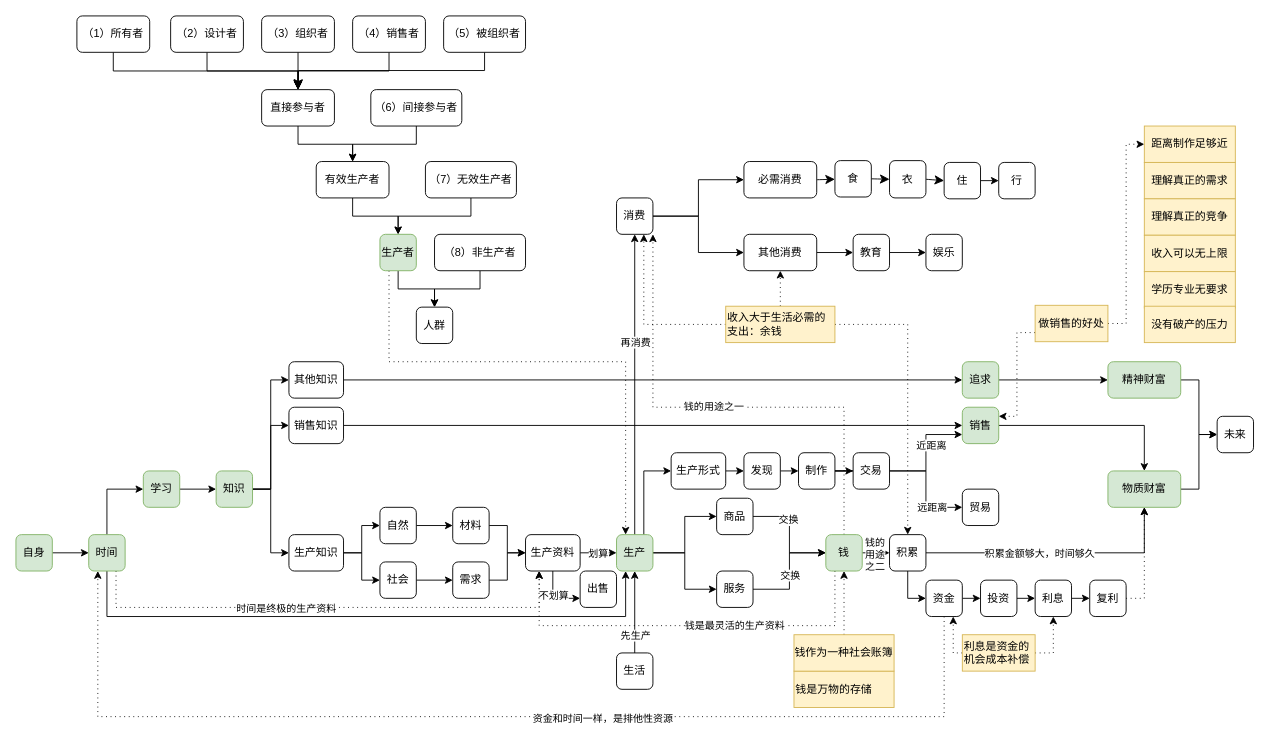
yanhanfrontend/draw.io.workspace keeps this draw.io diagram as 财富的真相.drawio. Above is the earlier version. Source tidied: cells renumbered, new cells numbered last; positions are measured from the earlier drawing's top-left corner, leaving out a move shared by most shapes. Both pictures are drawn from the tidied source at 91%, with x=0, y=0 at pixel (15, 15).
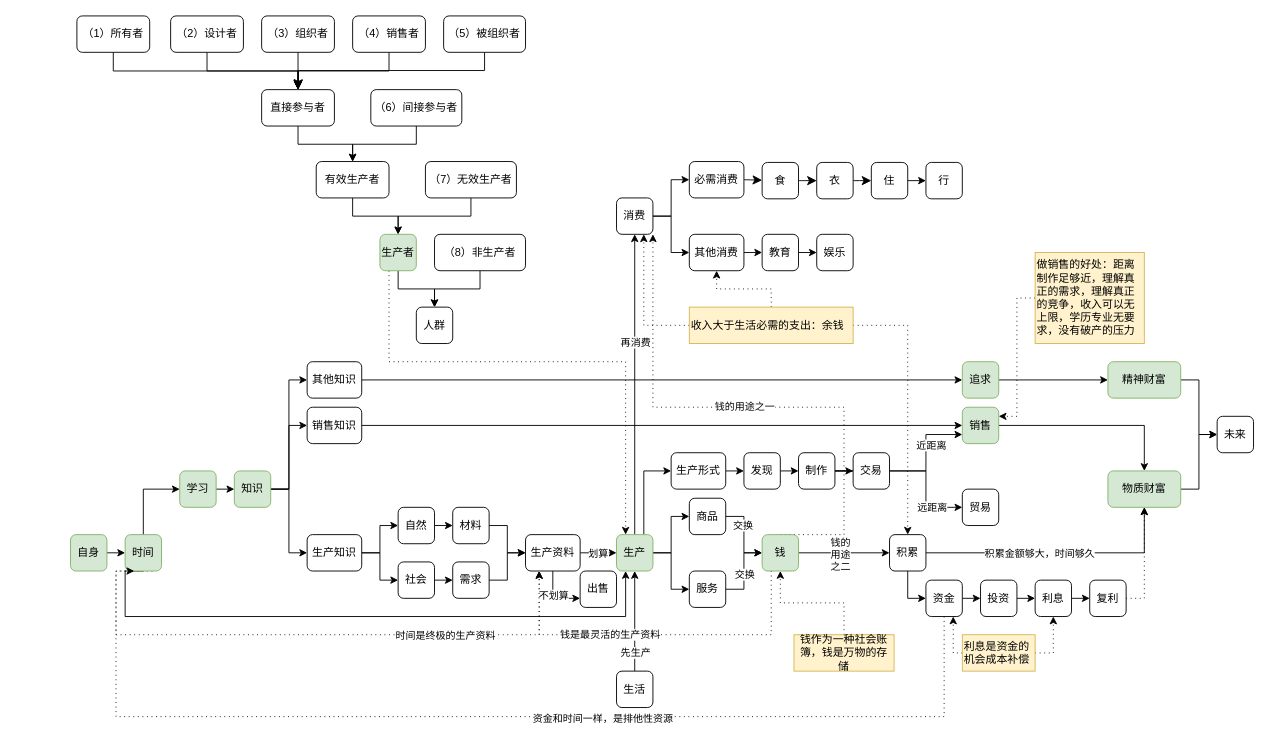
The same diagram, later.

Commit message (it also covers changes not shown here):
更新财富的真相.drawio

The change refers to these unchanged cells:
```xml
<mxCell id="2" style="edgeStyle=orthogonalEdgeStyle;rounded=0;jettySize=auto;html=1;exitX=0.5;exitY=0;exitDx=0;exitDy=0;entryX=0.5;entryY=1;entryDx=0;entryDy=0;" parent="1" edge="1" source="4" target="10">
  <mxGeometry relative="1" as="geometry" />
</mxCell>
<mxCell id="10" value="生产" style="rounded=1;whiteSpace=wrap;html=1;fillColor=#d5e8d4;strokeColor=#82b366;" parent="1" vertex="1">
  <mxGeometry x="660" y="570" width="40" height="40" as="geometry" />
</mxCell>
<mxCell id="55" value="生产资料" style="rounded=1;whiteSpace=wrap;html=1;" parent="1" vertex="1">
  <mxGeometry x="560" y="570" width="60" height="40" as="geometry" />
</mxCell>
<mxCell id="113" value="销售" style="rounded=1;whiteSpace=wrap;html=1;fillColor=#d5e8d4;strokeColor=#82b366;" parent="1" vertex="1">
  <mxGeometry x="1040" y="430" width="40" height="40" as="geometry" />
</mxCell>
<mxCell id="143" value="资金" style="rounded=1;whiteSpace=wrap;html=1;" parent="1" vertex="1">
  <mxGeometry x="1000" y="620" width="40" height="40" as="geometry" />
</mxCell>
```

The edit, as a diff of the source:
```diff
@@
     <mxCell id="3" value="先生产" style="edgeLabel;html=1;align=center;verticalAlign=middle;" parent="2" vertex="1">
       <mxGeometry x="0.12" y="2" relative="1" as="geometry">
-        <mxPoint x="2" y="30" as="offset" />
+        <mxPoint x="2" y="41" as="offset" />
       </mxGeometry>
     </mxCell>
     <mxCell id="4" value="生活" style="rounded=1;whiteSpace=wrap;html=1;" parent="1" vertex="1">
-      <mxGeometry x="660" y="700" width="40" height="40" as="geometry" />
+      <mxGeometry x="660" y="720" width="40" height="40" as="geometry" />
     </mxCell>
@@
     <mxCell id="15" value="必需消费" style="rounded=1;whiteSpace=wrap;html=1;" parent="1" vertex="1">
-      <mxGeometry x="800" y="160" width="80" height="40" as="geometry" />
+      <mxGeometry x="740" y="160" width="60" height="40" as="geometry" />
     </mxCell>
@@
     <mxCell id="17" value="其他消费" style="rounded=1;whiteSpace=wrap;html=1;" parent="1" vertex="1">
-      <mxGeometry x="800" y="240" width="80" height="40" as="geometry" />
+      <mxGeometry x="740" y="240" width="60" height="40" as="geometry" />
     </mxCell>
@@
     <mxCell id="19" value="食" style="rounded=1;whiteSpace=wrap;html=1;" parent="1" vertex="1">
-      <mxGeometry x="900" y="159" width="40" height="40" as="geometry" />
+      <mxGeometry x="820" y="161" width="40" height="40" as="geometry" />
     </mxCell>
@@
     <mxCell id="21" value="衣" style="rounded=1;whiteSpace=wrap;html=1;" parent="1" vertex="1">
-      <mxGeometry x="960" y="159" width="40" height="41" as="geometry" />
+      <mxGeometry x="880" y="161" width="40" height="40" as="geometry" />
     </mxCell>
@@
     <mxCell id="23" value="住" style="rounded=1;whiteSpace=wrap;html=1;" parent="1" vertex="1">
-      <mxGeometry x="1020" y="161" width="40" height="40" as="geometry" />
+      <mxGeometry x="940" y="161" width="40" height="40" as="geometry" />
     </mxCell>
     <mxCell id="24" value="行" style="rounded=1;whiteSpace=wrap;html=1;" parent="1" vertex="1">
-      <mxGeometry x="1080" y="161" width="40" height="40" as="geometry" />
+      <mxGeometry x="1000" y="161" width="40" height="40" as="geometry" />
     </mxCell>
     <mxCell id="25" value="娱乐" style="rounded=1;whiteSpace=wrap;html=1;" parent="1" vertex="1">
-      <mxGeometry x="1000" y="240" width="40" height="40" as="geometry" />
+      <mxGeometry x="880" y="240" width="40" height="40" as="geometry" />
     </mxCell>
@@
     <mxCell id="27" value="教育" style="rounded=1;whiteSpace=wrap;html=1;" parent="1" vertex="1">
-      <mxGeometry x="920" y="240" width="40" height="40" as="geometry" />
+      <mxGeometry x="820" y="240" width="40" height="40" as="geometry" />
     </mxCell>
@@
     <mxCell id="30" value="商品" style="rounded=1;whiteSpace=wrap;html=1;" parent="1" vertex="1">
-      <mxGeometry x="770" y="530" width="40" height="40" as="geometry" />
+      <mxGeometry x="740" y="530" width="40" height="40" as="geometry" />
     </mxCell>
@@
     <mxCell id="33" value="服务" style="rounded=1;whiteSpace=wrap;html=1;" parent="1" vertex="1">
-      <mxGeometry x="770" y="610" width="40" height="40" as="geometry" />
+      <mxGeometry x="740" y="610" width="40" height="40" as="geometry" />
     </mxCell>
@@
     <mxCell id="40" style="edgeStyle=orthogonalEdgeStyle;rounded=0;jettySize=auto;html=1;exitX=0.25;exitY=1;exitDx=0;exitDy=0;entryX=0.25;entryY=1;entryDx=0;entryDy=0;dashed=1;dashPattern=1 4;" parent="1" edge="1" source="42" target="55">
       <mxGeometry relative="1" as="geometry">
         <Array as="points">
-          <mxPoint x="900" y="670" />
-          <mxPoint x="575" y="670" />
+          <mxPoint x="830" y="680" />
+          <mxPoint x="575" y="680" />
         </Array>
       </mxGeometry>
     </mxCell>
     <mxCell id="41" value="钱是最灵活的生产资料" style="edgeLabel;html=1;align=center;verticalAlign=middle;" parent="40" vertex="1">
-      <mxGeometry x="-0.23" y="-1" relative="1" as="geometry" />
+      <mxGeometry x="-0.23" y="-1" relative="1" as="geometry">
+        <mxPoint x="-96" as="offset" />
+      </mxGeometry>
     </mxCell>
     <mxCell id="42" value="钱" style="rounded=1;whiteSpace=wrap;html=1;fillColor=#d5e8d4;strokeColor=#82b366;" parent="1" vertex="1">
-      <mxGeometry x="890" y="570" width="40" height="40" as="geometry" />
+      <mxGeometry x="820" y="570" width="40" height="40" as="geometry" />
     </mxCell>
@@
     <mxCell id="48" value="收入大于生活必需的支出：余钱" style="text;html=1;align=left;verticalAlign=middle;whiteSpace=wrap;rounded=0;fillColor=#fff2cc;strokeColor=#d6b656;" parent="1" vertex="1">
-      <mxGeometry x="780" y="319" width="120" height="40" as="geometry" />
+      <mxGeometry x="740" y="320" width="180" height="40" as="geometry" />
     </mxCell>
@@
     <mxCell id="60" style="edgeStyle=orthogonalEdgeStyle;rounded=0;jettySize=auto;html=1;exitX=0.5;exitY=1;exitDx=0;exitDy=0;entryX=0.25;entryY=1;entryDx=0;entryDy=0;" parent="1" edge="1" source="64" target="10">
       <mxGeometry relative="1" as="geometry">
         <Array as="points">
-          <mxPoint x="100" y="660" />
+          <mxPoint x="120" y="660" />
           <mxPoint x="670" y="660" />
         </Array>
       </mxGeometry>
     </mxCell>
@@
     <mxCell id="62" style="edgeStyle=orthogonalEdgeStyle;rounded=0;jettySize=auto;html=1;exitX=0.75;exitY=1;exitDx=0;exitDy=0;entryX=0.25;entryY=1;entryDx=0;entryDy=0;dashed=1;dashPattern=1 4;" parent="1" edge="1" source="64" target="55">
       <mxGeometry relative="1" as="geometry">
         <Array as="points">
-          <mxPoint x="110" y="650" />
-          <mxPoint x="575" y="650" />
+          <mxPoint x="110" y="610" />
+          <mxPoint x="110" y="680" />
+          <mxPoint x="575" y="680" />
         </Array>
       </mxGeometry>
     </mxCell>
     <mxCell id="63" value="时间是终极的生产资料" style="edgeLabel;html=1;align=center;verticalAlign=middle;" parent="62" vertex="1">
-      <mxGeometry x="-0.17" y="-1" relative="1" as="geometry" />
+      <mxGeometry x="-0.17" y="-1" relative="1" as="geometry">
+        <mxPoint x="203" y="-1" as="offset" />
+      </mxGeometry>
     </mxCell>
     <mxCell id="64" value="时间" style="rounded=1;whiteSpace=wrap;html=1;fillColor=#d5e8d4;strokeColor=#82b366;" parent="1" vertex="1">
-      <mxGeometry x="80" y="570" width="40" height="40" as="geometry" />
+      <mxGeometry x="120" y="570" width="40" height="40" as="geometry" />
     </mxCell>
@@
     <mxCell id="66" value="自然" style="rounded=1;whiteSpace=wrap;html=1;" parent="1" vertex="1">
-      <mxGeometry x="400" y="540" width="40" height="40" as="geometry" />
+      <mxGeometry x="420" y="540" width="40" height="40" as="geometry" />
     </mxCell>
@@
     <mxCell id="68" value="社会" style="rounded=1;whiteSpace=wrap;html=1;" parent="1" vertex="1">
-      <mxGeometry x="400" y="600" width="40" height="40" as="geometry" />
+      <mxGeometry x="420" y="600" width="40" height="40" as="geometry" />
     </mxCell>
@@
     <mxCell id="70" value="自身" style="rounded=1;whiteSpace=wrap;html=1;fillColor=#d5e8d4;strokeColor=#82b366;" parent="1" vertex="1">
-      <mxGeometry y="570" width="40" height="40" as="geometry" />
+      <mxGeometry x="60" y="570" width="40" height="40" as="geometry" />
     </mxCell>
@@
     <mxCell id="74" value="知识" style="rounded=1;whiteSpace=wrap;html=1;fillColor=#d5e8d4;strokeColor=#82b366;" parent="1" vertex="1">
-      <mxGeometry x="220" y="500" width="40" height="40" as="geometry" />
+      <mxGeometry x="240" y="500" width="40" height="40" as="geometry" />
     </mxCell>
-    <mxCell id="75" style="edgeStyle=orthogonalEdgeStyle;rounded=0;jettySize=auto;html=1;exitX=1;exitY=0.5;exitDx=0;exitDy=0;entryX=0;entryY=0.5;entryDx=0;entryDy=0;" parent="1" edge="1" source="76" target="74">
-      <mxGeometry relative="1" as="geometry" />
+    <mxCell id="75" style="edgeStyle=orthogonalEdgeStyle;rounded=0;jettySize=auto;html=1;exitX=1;exitY=0.5;exitDx=0;exitDy=0;" parent="1" edge="1" source="76">
+      <mxGeometry relative="1" as="geometry">
+        <mxPoint x="240" y="520" as="targetPoint" />
+      </mxGeometry>
     </mxCell>
     <mxCell id="76" value="学习" style="rounded=1;whiteSpace=wrap;html=1;fillColor=#d5e8d4;strokeColor=#82b366;" parent="1" vertex="1">
-      <mxGeometry x="140" y="500" width="40" height="40" as="geometry" />
+      <mxGeometry x="180" y="500" width="40" height="40" as="geometry" />
     </mxCell>
@@
-    <mxCell id="115" style="edgeStyle=orthogonalEdgeStyle;rounded=0;jettySize=auto;html=1;exitX=1;exitY=0.5;exitDx=0;exitDy=0;entryX=0;entryY=0.5;entryDx=0;entryDy=0;dashed=1;dashPattern=1 4;" parent="1" edge="1" source="117" target="118">
-      <mxGeometry relative="1" as="geometry" />
-    </mxCell>
-    <mxCell id="116" style="edgeStyle=orthogonalEdgeStyle;rounded=0;jettySize=auto;html=1;exitX=0;exitY=0.75;exitDx=0;exitDy=0;entryX=1;entryY=0.25;entryDx=0;entryDy=0;dashed=1;dashPattern=1 4;" parent="1" edge="1" source="117" target="113">
+    <mxCell id="116" style="edgeStyle=orthogonalEdgeStyle;rounded=0;jettySize=auto;html=1;exitX=0;exitY=0.5;exitDx=0;exitDy=0;entryX=1;entryY=0.25;entryDx=0;entryDy=0;dashed=1;dashPattern=1 4;" parent="1" edge="1" source="117" target="113">
       <mxGeometry relative="1" as="geometry" />
     </mxCell>
-    <mxCell id="117" value="做销售的好处" style="text;html=1;align=center;verticalAlign=middle;whiteSpace=wrap;rounded=0;fillColor=#fff2cc;strokeColor=#d6b656;" parent="1" vertex="1">
-      <mxGeometry x="1120" y="318" width="80" height="40" as="geometry" />
+    <mxCell id="117" value="做销售的好处：距离制作足够近，理解真正的需求，理解真正的竞争，收入可以无上限，学历专业无要求，没有破产的压力" style="text;html=1;align=left;verticalAlign=middle;whiteSpace=wrap;rounded=0;fillColor=#fff2cc;strokeColor=#d6b656;" parent="1" vertex="1">
+      <mxGeometry x="1120" y="260" width="120" height="100" as="geometry" />
     </mxCell>
-    <mxCell id="118" value="距离制作足够近" style="text;html=1;align=center;verticalAlign=middle;whiteSpace=wrap;rounded=0;fillColor=#fff2cc;strokeColor=#d6b656;" parent="1" vertex="1">
-      <mxGeometry x="1240" y="121" width="100" height="40" as="geometry" />
-    </mxCell>
-    <mxCell id="119" value="理解真正的需求" style="text;html=1;align=center;verticalAlign=middle;whiteSpace=wrap;rounded=0;fillColor=#fff2cc;strokeColor=#d6b656;" parent="1" vertex="1">
-      <mxGeometry x="1240" y="161" width="100" height="40" as="geometry" />
-    </mxCell>
-    <mxCell id="120" value="理解真正的竞争" style="text;html=1;align=center;verticalAlign=middle;whiteSpace=wrap;rounded=0;fillColor=#fff2cc;strokeColor=#d6b656;" parent="1" vertex="1">
-      <mxGeometry x="1240" y="201" width="100" height="40" as="geometry" />
-    </mxCell>
-    <mxCell id="121" value="收入可以无上限" style="text;html=1;align=center;verticalAlign=middle;whiteSpace=wrap;rounded=0;fillColor=#fff2cc;strokeColor=#d6b656;" parent="1" vertex="1">
-      <mxGeometry x="1240" y="241" width="100" height="40" as="geometry" />
-    </mxCell>
-    <mxCell id="122" value="学历专业无要求" style="text;html=1;align=center;verticalAlign=middle;whiteSpace=wrap;rounded=0;fillColor=#fff2cc;strokeColor=#d6b656;" parent="1" vertex="1">
-      <mxGeometry x="1240" y="281" width="100" height="40" as="geometry" />
-    </mxCell>
-    <mxCell id="123" value="没有破产的压力" style="text;html=1;align=center;verticalAlign=middle;whiteSpace=wrap;rounded=0;fillColor=#fff2cc;strokeColor=#d6b656;" parent="1" vertex="1">
-      <mxGeometry x="1240" y="319" width="100" height="40" as="geometry" />
-    </mxCell>
@@
     <mxCell id="126" value="生产知识" style="rounded=1;whiteSpace=wrap;html=1;" parent="1" vertex="1">
-      <mxGeometry x="300" y="570" width="60" height="40" as="geometry" />
+      <mxGeometry x="320" y="570" width="60" height="40" as="geometry" />
     </mxCell>
@@
     <mxCell id="128" value="其他知识" style="rounded=1;whiteSpace=wrap;html=1;" parent="1" vertex="1">
-      <mxGeometry x="300" y="380" width="60" height="40" as="geometry" />
+      <mxGeometry x="320" y="380" width="60" height="40" as="geometry" />
     </mxCell>
@@
     <mxCell id="134" value="销售知识" style="rounded=1;whiteSpace=wrap;html=1;" parent="1" vertex="1">
-      <mxGeometry x="300" y="430" width="60" height="40" as="geometry" />
+      <mxGeometry x="320" y="430" width="60" height="40" as="geometry" />
     </mxCell>
@@
-    <mxCell id="137" value="钱是万物的存储" style="text;html=1;align=left;verticalAlign=middle;whiteSpace=wrap;rounded=0;fillColor=#fff2cc;strokeColor=#d6b656;" parent="1" vertex="1">
-      <mxGeometry x="855" y="720" width="110" height="40" as="geometry" />
-    </mxCell>
@@
-    <mxCell id="139" value="钱作为一种社会账簿" style="text;html=1;align=center;verticalAlign=middle;whiteSpace=wrap;rounded=0;fillColor=#fff2cc;strokeColor=#d6b656;" parent="1" vertex="1">
+    <mxCell id="139" value="钱作为一种社会账簿，&lt;span style=&quot;text-align: left;&quot;&gt;钱是万物的存储&lt;/span&gt;" style="text;html=1;align=center;verticalAlign=middle;whiteSpace=wrap;rounded=0;fillColor=#fff2cc;strokeColor=#d6b656;" parent="1" vertex="1">
       <mxGeometry x="855" y="680" width="110" height="40" as="geometry" />
     </mxCell>
     <mxCell id="140" style="edgeStyle=orthogonalEdgeStyle;rounded=0;jettySize=auto;html=1;exitX=0.5;exitY=1;exitDx=0;exitDy=0;entryX=0.25;entryY=1;entryDx=0;entryDy=0;dashed=1;dashPattern=1 4;" parent="1" edge="1" source="143" target="64">
       <mxGeometry relative="1" as="geometry">
         <Array as="points">
           <mxPoint x="1020" y="770" />
-          <mxPoint x="90" y="770" />
+          <mxPoint x="110" y="770" />
         </Array>
       </mxGeometry>
     </mxCell>
```
